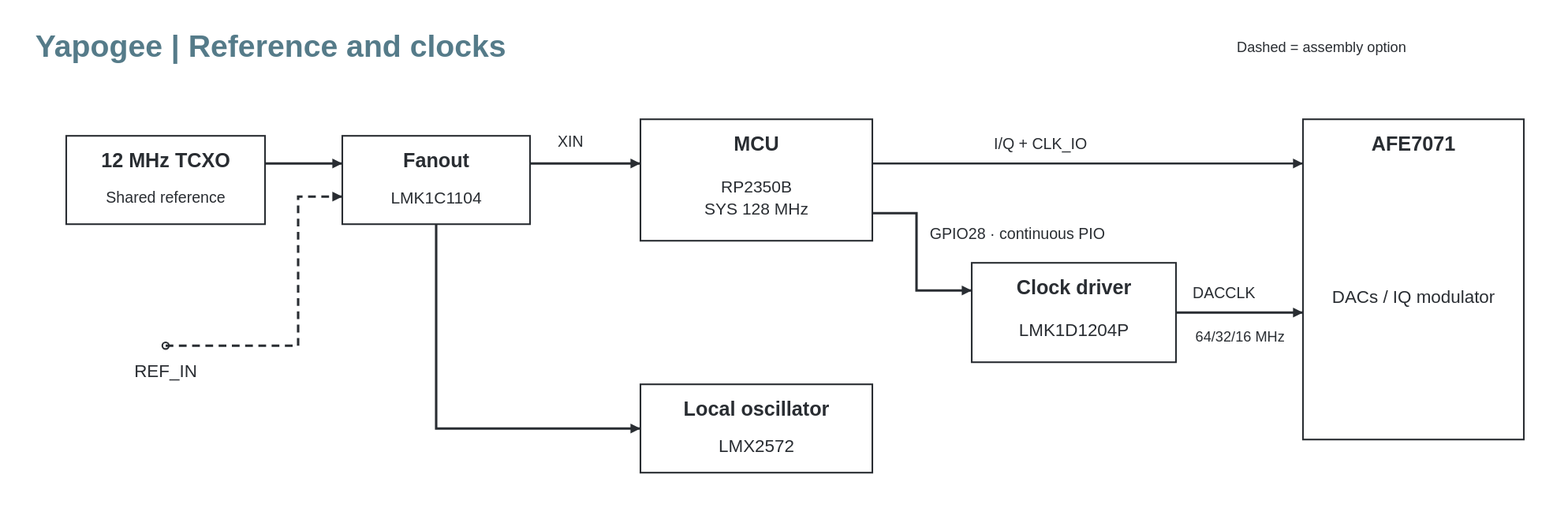
Rivercraft911/yapogee keeps this draw.io diagram as hardware/devboard/architecture/reference-clocks.svg. Above is the earlier version. Source tidied: cells renumbered, new cells last; positions are measured from the earlier drawing's top-left corner, leaving out a move shared by most shapes. Source of this version:
```xml
<mxGraphModel>
  <root>
    <mxCell id="0" />
    <mxCell id="1" parent="0" />
    <mxCell id="2" value="Yapogee | Reference and clocks" style="text;html=0;whiteSpace=wrap;overflow=hidden;rounded=0;fillColor=none;strokeColor=none;fontFamily=Arial;fontSize=28;fontColor=#557b89;fontStyle=1;align=left;verticalAlign=middle;spacing=0;" parent="1" vertex="1">
      <mxGeometry width="1356" height="40" as="geometry" />
    </mxCell>
    <mxCell id="3" value="Dashed = assembly option" style="text;html=0;whiteSpace=wrap;overflow=hidden;rounded=0;fillColor=none;strokeColor=none;fontFamily=Arial;fontSize=13;fontColor=#292d32;fontStyle=0;align=right;verticalAlign=middle;spacing=0;" parent="1" vertex="1">
      <mxGeometry x="1088" y="9" width="268" height="24" as="geometry" />
    </mxCell>
    <mxCell id="4" style="group;html=0;" parent="1" vertex="1">
      <mxGeometry x="28" y="101" width="180" height="80" as="geometry" />
    </mxCell>
    <mxCell id="5" style="rounded=0;html=0;fillColor=white;strokeColor=#292d32;strokeWidth=1.5;dashed=0;" parent="4" vertex="1">
      <mxGeometry width="180" height="80" as="geometry" />
    </mxCell>
    <mxCell id="6" value="12 MHz TCXO" style="text;html=0;whiteSpace=wrap;overflow=hidden;rounded=0;fillColor=none;strokeColor=none;fontFamily=Arial;fontSize=18;fontColor=#292d32;fontStyle=1;align=center;verticalAlign=middle;spacing=0;" parent="4" vertex="1">
      <mxGeometry x="10" y="10" width="160" height="25" as="geometry" />
    </mxCell>
    <mxCell id="7" value="Shared reference" style="text;html=0;whiteSpace=wrap;overflow=hidden;rounded=0;fillColor=none;strokeColor=none;fontFamily=Arial;fontSize=14;fontColor=#292d32;fontStyle=0;align=center;verticalAlign=middle;spacing=0;" parent="4" vertex="1">
      <mxGeometry x="12" y="42" width="156" height="28" as="geometry" />
    </mxCell>
    <mxCell id="8" style="shape=ellipse;html=0;fillColor=white;strokeColor=#292d32;strokeWidth=1.5;" parent="1" vertex="1">
      <mxGeometry x="115" y="288" width="6" height="6" as="geometry" />
    </mxCell>
    <mxCell id="9" value="REF_IN" style="text;html=0;whiteSpace=wrap;overflow=hidden;rounded=0;fillColor=none;strokeColor=none;fontFamily=Arial;fontSize=16;fontColor=#292d32;fontStyle=0;align=center;verticalAlign=middle;spacing=0;" parent="1" vertex="1">
      <mxGeometry x="43" y="302" width="150" height="24" as="geometry" />
    </mxCell>
    <mxCell id="10" style="group;html=0;" parent="1" vertex="1">
      <mxGeometry x="278" y="101" width="170" height="80" as="geometry" />
    </mxCell>
    <mxCell id="11" style="rounded=0;html=0;fillColor=white;strokeColor=#292d32;strokeWidth=1.5;dashed=0;" parent="10" vertex="1">
      <mxGeometry width="170" height="80" as="geometry" />
    </mxCell>
    <mxCell id="12" value="Fanout" style="text;html=0;whiteSpace=wrap;overflow=hidden;rounded=0;fillColor=none;strokeColor=none;fontFamily=Arial;fontSize=18;fontColor=#292d32;fontStyle=1;align=center;verticalAlign=middle;spacing=0;" parent="10" vertex="1">
      <mxGeometry x="10" y="10" width="150" height="25" as="geometry" />
    </mxCell>
    <mxCell id="13" value="LMK1C1104" style="text;html=0;whiteSpace=wrap;overflow=hidden;rounded=0;fillColor=none;strokeColor=none;fontFamily=Arial;fontSize=15;fontColor=#292d32;fontStyle=0;align=center;verticalAlign=middle;spacing=0;" parent="10" vertex="1">
      <mxGeometry x="12" y="42" width="146" height="28" as="geometry" />
    </mxCell>
    <mxCell id="14" style="edgeStyle=none;jettySize=0;rounded=0;html=0;strokeColor=#292d32;strokeWidth=2.2;endArrow=block;endSize=9;endFill=1;startArrow=none;dashed=0;exitX=1;exitY=0.3125;exitPerimeter=0;entryX=0;entryY=0.3125;entryPerimeter=0;" parent="1" edge="1" source="4" target="10">
      <mxGeometry relative="1" as="geometry" />
    </mxCell>
    <mxCell id="15" style="edgeStyle=none;jettySize=0;rounded=0;html=0;strokeColor=#292d32;strokeWidth=2.2;endArrow=block;endSize=9;endFill=1;startArrow=none;dashed=1;exitX=0.5;exitY=0.5;exitPerimeter=0;entryX=0;entryY=0.6875;entryPerimeter=0;" parent="1" edge="1" source="8" target="10">
      <mxGeometry relative="1" as="geometry">
        <Array as="points">
          <mxPoint x="238" y="291" />
          <mxPoint x="238" y="156" />
        </Array>
      </mxGeometry>
    </mxCell>
    <mxCell id="16" style="group;html=0;" parent="1" vertex="1">
      <mxGeometry x="548" y="86" width="210" height="110" as="geometry" />
    </mxCell>
    <mxCell id="17" style="rounded=0;html=0;fillColor=white;strokeColor=#292d32;strokeWidth=1.5;dashed=0;" parent="16" vertex="1">
      <mxGeometry width="210" height="110" as="geometry" />
    </mxCell>
    <mxCell id="18" value="MCU" style="text;html=0;whiteSpace=wrap;overflow=hidden;rounded=0;fillColor=none;strokeColor=none;fontFamily=Arial;fontSize=18;fontColor=#292d32;fontStyle=1;align=center;verticalAlign=middle;spacing=0;" parent="16" vertex="1">
      <mxGeometry x="10" y="10" width="190" height="25" as="geometry" />
    </mxCell>
    <mxCell id="19" value="RP2350B&#10;SYS 128 MHz" style="text;html=0;whiteSpace=wrap;overflow=hidden;rounded=0;fillColor=none;strokeColor=none;fontFamily=Arial;fontSize=15;fontColor=#292d32;fontStyle=0;align=center;verticalAlign=middle;spacing=0;" parent="16" vertex="1">
      <mxGeometry x="12" y="42" width="186" height="58" as="geometry" />
    </mxCell>
    <mxCell id="20" style="group;html=0;" parent="1" vertex="1">
      <mxGeometry x="548" y="326" width="210" height="80" as="geometry" />
    </mxCell>
    <mxCell id="21" style="rounded=0;html=0;fillColor=white;strokeColor=#292d32;strokeWidth=1.5;dashed=0;" parent="20" vertex="1">
      <mxGeometry width="210" height="80" as="geometry" />
    </mxCell>
    <mxCell id="22" value="Local oscillator" style="text;html=0;whiteSpace=wrap;overflow=hidden;rounded=0;fillColor=none;strokeColor=none;fontFamily=Arial;fontSize=18;fontColor=#292d32;fontStyle=1;align=center;verticalAlign=middle;spacing=0;" parent="20" vertex="1">
      <mxGeometry x="10" y="10" width="190" height="25" as="geometry" />
    </mxCell>
    <mxCell id="23" value="LMX2572" style="text;html=0;whiteSpace=wrap;overflow=hidden;rounded=0;fillColor=none;strokeColor=none;fontFamily=Arial;fontSize=16;fontColor=#292d32;fontStyle=0;align=center;verticalAlign=middle;spacing=0;" parent="20" vertex="1">
      <mxGeometry x="12" y="42" width="186" height="28" as="geometry" />
    </mxCell>
    <mxCell id="24" style="edgeStyle=none;jettySize=0;rounded=0;html=0;strokeColor=#292d32;strokeWidth=2.2;endArrow=block;endSize=9;endFill=1;startArrow=none;dashed=0;exitX=1;exitY=0.3125;exitPerimeter=0;entryX=0;entryY=0.3636;entryPerimeter=0;" parent="1" edge="1" source="10" target="16">
      <mxGeometry relative="1" as="geometry" />
    </mxCell>
    <mxCell id="25" value="XIN" style="text;html=0;whiteSpace=wrap;overflow=hidden;rounded=0;fillColor=none;strokeColor=none;fontFamily=Arial;fontSize=14;fontColor=#292d32;fontStyle=0;align=left;verticalAlign=middle;spacing=0;" parent="1" vertex="1">
      <mxGeometry x="473" y="94" width="60" height="24" as="geometry" />
    </mxCell>
    <mxCell id="26" style="edgeStyle=none;jettySize=0;rounded=0;html=0;strokeColor=#292d32;strokeWidth=2.2;endArrow=block;endSize=9;endFill=1;startArrow=none;dashed=0;exitX=0.5;exitY=1;exitPerimeter=0;entryX=0;entryY=0.5;entryPerimeter=0;" parent="1" edge="1" source="10" target="20">
      <mxGeometry relative="1" as="geometry">
        <Array as="points">
          <mxPoint x="363" y="366" />
        </Array>
      </mxGeometry>
    </mxCell>
    <mxCell id="27" style="group;html=0;" parent="1" vertex="1">
      <mxGeometry x="848" y="216" width="185" height="90" as="geometry" />
    </mxCell>
    <mxCell id="28" style="rounded=0;html=0;fillColor=white;strokeColor=#292d32;strokeWidth=1.5;dashed=0;" parent="27" vertex="1">
      <mxGeometry width="185" height="90" as="geometry" />
    </mxCell>
    <mxCell id="29" value="Clock driver" style="text;html=0;whiteSpace=wrap;overflow=hidden;rounded=0;fillColor=none;strokeColor=none;fontFamily=Arial;fontSize=18;fontColor=#292d32;fontStyle=1;align=center;verticalAlign=middle;spacing=0;" parent="27" vertex="1">
      <mxGeometry x="10" y="10" width="165" height="25" as="geometry" />
    </mxCell>
    <mxCell id="30" value="LMK1D1204P" style="text;html=0;whiteSpace=wrap;overflow=hidden;rounded=0;fillColor=none;strokeColor=none;fontFamily=Arial;fontSize=16;fontColor=#292d32;fontStyle=0;align=center;verticalAlign=middle;spacing=0;" parent="27" vertex="1">
      <mxGeometry x="12" y="42" width="161" height="38" as="geometry" />
    </mxCell>
    <mxCell id="31" style="group;html=0;" parent="1" vertex="1">
      <mxGeometry x="1148" y="86" width="200" height="290" as="geometry" />
    </mxCell>
    <mxCell id="32" style="rounded=0;html=0;fillColor=white;strokeColor=#292d32;strokeWidth=1.5;dashed=0;" parent="31" vertex="1">
      <mxGeometry width="200" height="290" as="geometry" />
    </mxCell>
    <mxCell id="33" value="AFE7071" style="text;html=0;whiteSpace=wrap;overflow=hidden;rounded=0;fillColor=none;strokeColor=none;fontFamily=Arial;fontSize=18;fontColor=#292d32;fontStyle=1;align=center;verticalAlign=middle;spacing=0;" parent="31" vertex="1">
      <mxGeometry x="10" y="10" width="180" height="25" as="geometry" />
    </mxCell>
    <mxCell id="34" value="DACs / IQ modulator" style="text;html=0;whiteSpace=wrap;overflow=hidden;rounded=0;fillColor=none;strokeColor=none;fontFamily=Arial;fontSize=16;fontColor=#292d32;fontStyle=0;align=center;verticalAlign=middle;spacing=0;" parent="31" vertex="1">
      <mxGeometry x="12" y="42" width="176" height="238" as="geometry" />
    </mxCell>
    <mxCell id="35" style="edgeStyle=none;jettySize=0;rounded=0;html=0;strokeColor=#292d32;strokeWidth=2.2;endArrow=block;endSize=9;endFill=1;startArrow=none;dashed=0;exitX=1;exitY=0.7727;exitPerimeter=0;entryX=0;entryY=0.2778;entryPerimeter=0;" parent="1" edge="1" source="16" target="27">
      <mxGeometry relative="1" as="geometry">
        <Array as="points">
          <mxPoint x="798" y="171" />
          <mxPoint x="798" y="241" />
        </Array>
      </mxGeometry>
    </mxCell>
    <mxCell id="36" value="GPIO28 · continuous PIO" style="text;html=0;whiteSpace=wrap;overflow=hidden;rounded=0;fillColor=none;strokeColor=none;fontFamily=Arial;fontSize=14;fontColor=#292d32;fontStyle=0;align=left;verticalAlign=middle;spacing=0;" parent="1" vertex="1">
      <mxGeometry x="810" y="177" width="225" height="25" as="geometry" />
    </mxCell>
    <mxCell id="37" style="edgeStyle=none;jettySize=0;rounded=0;html=0;strokeColor=#292d32;strokeWidth=2.2;endArrow=block;endSize=9;endFill=1;startArrow=none;dashed=0;exitX=1;exitY=0.5;exitPerimeter=0;entryX=0;entryY=0.6034;entryPerimeter=0;" parent="1" edge="1" source="27" target="31">
      <mxGeometry relative="1" as="geometry" />
    </mxCell>
    <mxCell id="38" value="DACCLK" style="text;html=0;whiteSpace=wrap;overflow=hidden;rounded=0;fillColor=none;strokeColor=none;fontFamily=Arial;fontSize=14;fontColor=#292d32;fontStyle=0;align=left;verticalAlign=middle;spacing=0;" parent="1" vertex="1">
      <mxGeometry x="1048" y="231" width="90" height="24" as="geometry" />
    </mxCell>
    <mxCell id="39" value="64/32/16 MHz" style="text;html=0;whiteSpace=wrap;overflow=hidden;rounded=0;fillColor=none;strokeColor=none;fontFamily=Arial;fontSize=13;fontColor=#292d32;fontStyle=0;align=center;verticalAlign=middle;spacing=0;" parent="1" vertex="1">
      <mxGeometry x="1036" y="271" width="110" height="24" as="geometry" />
    </mxCell>
    <mxCell id="40" style="edgeStyle=none;jettySize=0;rounded=0;html=0;strokeColor=#292d32;strokeWidth=1.8;endArrow=block;endSize=9;endFill=1;startArrow=none;dashed=0;exitX=1;exitY=0.3636;exitPerimeter=0;entryX=0;entryY=0.1379;entryPerimeter=0;" parent="1" edge="1" source="16" target="31">
      <mxGeometry relative="1" as="geometry" />
    </mxCell>
    <mxCell id="41" value="I/Q + CLK_IO" style="text;html=0;whiteSpace=wrap;overflow=hidden;rounded=0;fillColor=none;strokeColor=none;fontFamily=Arial;fontSize=14;fontColor=#292d32;fontStyle=0;align=left;verticalAlign=middle;spacing=0;" parent="1" vertex="1">
      <mxGeometry x="868" y="96" width="200" height="24" as="geometry" />
    </mxCell>
  </root>
</mxGraphModel>
```
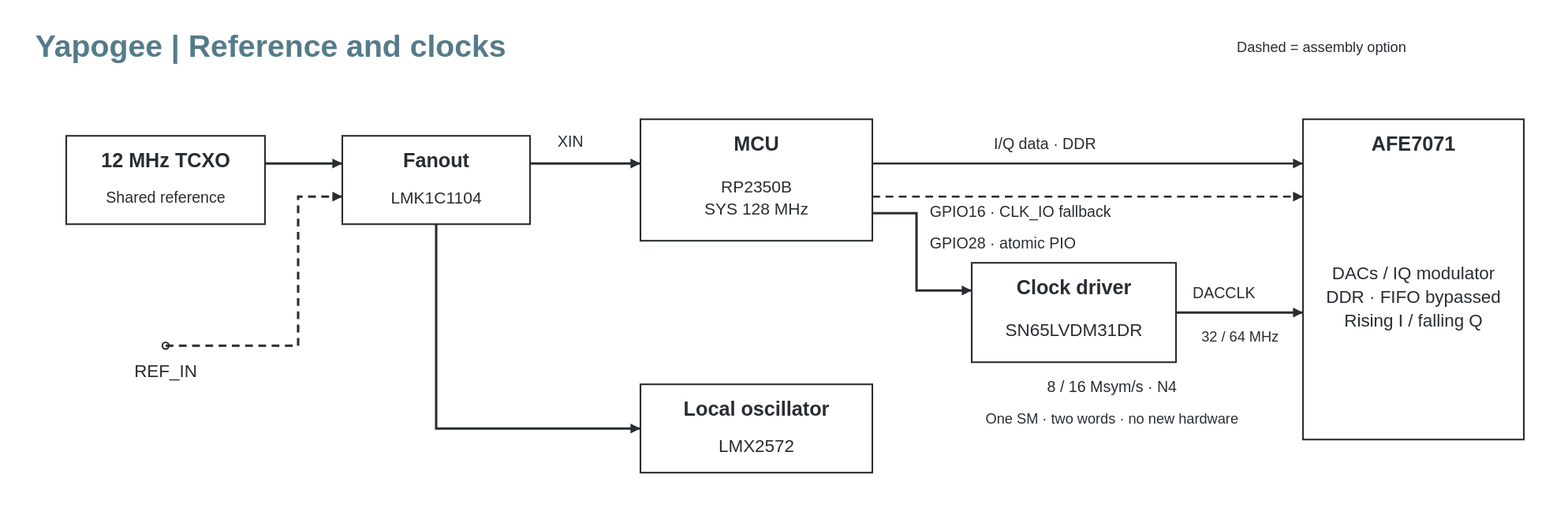
After the commit.

The edit, as a diff of the source:
```diff
@@ -95,7 +95,7 @@
     <mxCell id="29" value="Clock driver" style="text;html=0;whiteSpace=wrap;overflow=hidden;rounded=0;fillColor=none;strokeColor=none;fontFamily=Arial;fontSize=18;fontColor=#292d32;fontStyle=1;align=center;verticalAlign=middle;spacing=0;" parent="27" vertex="1">
       <mxGeometry x="10" y="10" width="165" height="25" as="geometry" />
     </mxCell>
-    <mxCell id="30" value="LMK1D1204P" style="text;html=0;whiteSpace=wrap;overflow=hidden;rounded=0;fillColor=none;strokeColor=none;fontFamily=Arial;fontSize=16;fontColor=#292d32;fontStyle=0;align=center;verticalAlign=middle;spacing=0;" parent="27" vertex="1">
+    <mxCell id="30" value="SN65LVDM31DR" style="text;html=0;whiteSpace=wrap;overflow=hidden;rounded=0;fillColor=none;strokeColor=none;fontFamily=Arial;fontSize=16;fontColor=#292d32;fontStyle=0;align=center;verticalAlign=middle;spacing=0;" parent="27" vertex="1">
       <mxGeometry x="12" y="42" width="161" height="38" as="geometry" />
     </mxCell>
     <mxCell id="31" style="group;html=0;" parent="1" vertex="1">
@@ -107,7 +107,7 @@
     <mxCell id="33" value="AFE7071" style="text;html=0;whiteSpace=wrap;overflow=hidden;rounded=0;fillColor=none;strokeColor=none;fontFamily=Arial;fontSize=18;fontColor=#292d32;fontStyle=1;align=center;verticalAlign=middle;spacing=0;" parent="31" vertex="1">
       <mxGeometry x="10" y="10" width="180" height="25" as="geometry" />
     </mxCell>
-    <mxCell id="34" value="DACs / IQ modulator" style="text;html=0;whiteSpace=wrap;overflow=hidden;rounded=0;fillColor=none;strokeColor=none;fontFamily=Arial;fontSize=16;fontColor=#292d32;fontStyle=0;align=center;verticalAlign=middle;spacing=0;" parent="31" vertex="1">
+    <mxCell id="34" value="DACs / IQ modulator&#10;DDR · FIFO bypassed&#10;Rising I / falling Q" style="text;html=0;whiteSpace=wrap;overflow=hidden;rounded=0;fillColor=none;strokeColor=none;fontFamily=Arial;fontSize=16;fontColor=#292d32;fontStyle=0;align=center;verticalAlign=middle;spacing=0;" parent="31" vertex="1">
       <mxGeometry x="12" y="42" width="176" height="238" as="geometry" />
     </mxCell>
     <mxCell id="35" style="edgeStyle=none;jettySize=0;rounded=0;html=0;strokeColor=#292d32;strokeWidth=2.2;endArrow=block;endSize=9;endFill=1;startArrow=none;dashed=0;exitX=1;exitY=0.7727;exitPerimeter=0;entryX=0;entryY=0.2778;entryPerimeter=0;" parent="1" edge="1" source="16" target="27">
@@ -118,8 +118,8 @@
         </Array>
       </mxGeometry>
     </mxCell>
-    <mxCell id="36" value="GPIO28 · continuous PIO" style="text;html=0;whiteSpace=wrap;overflow=hidden;rounded=0;fillColor=none;strokeColor=none;fontFamily=Arial;fontSize=14;fontColor=#292d32;fontStyle=0;align=left;verticalAlign=middle;spacing=0;" parent="1" vertex="1">
-      <mxGeometry x="810" y="177" width="225" height="25" as="geometry" />
+    <mxCell id="36" value="GPIO28 · atomic PIO" style="text;html=0;whiteSpace=wrap;overflow=hidden;rounded=0;fillColor=none;strokeColor=none;fontFamily=Arial;fontSize=14;fontColor=#292d32;fontStyle=0;align=left;verticalAlign=middle;spacing=0;" parent="1" vertex="1">
+      <mxGeometry x="810" y="186" width="225" height="25" as="geometry" />
     </mxCell>
     <mxCell id="37" style="edgeStyle=none;jettySize=0;rounded=0;html=0;strokeColor=#292d32;strokeWidth=2.2;endArrow=block;endSize=9;endFill=1;startArrow=none;dashed=0;exitX=1;exitY=0.5;exitPerimeter=0;entryX=0;entryY=0.6034;entryPerimeter=0;" parent="1" edge="1" source="27" target="31">
       <mxGeometry relative="1" as="geometry" />
@@ -127,14 +127,26 @@
     <mxCell id="38" value="DACCLK" style="text;html=0;whiteSpace=wrap;overflow=hidden;rounded=0;fillColor=none;strokeColor=none;fontFamily=Arial;fontSize=14;fontColor=#292d32;fontStyle=0;align=left;verticalAlign=middle;spacing=0;" parent="1" vertex="1">
       <mxGeometry x="1048" y="231" width="90" height="24" as="geometry" />
     </mxCell>
-    <mxCell id="39" value="64/32/16 MHz" style="text;html=0;whiteSpace=wrap;overflow=hidden;rounded=0;fillColor=none;strokeColor=none;fontFamily=Arial;fontSize=13;fontColor=#292d32;fontStyle=0;align=center;verticalAlign=middle;spacing=0;" parent="1" vertex="1">
+    <mxCell id="39" value="32 / 64 MHz" style="text;html=0;whiteSpace=wrap;overflow=hidden;rounded=0;fillColor=none;strokeColor=none;fontFamily=Arial;fontSize=13;fontColor=#292d32;fontStyle=0;align=center;verticalAlign=middle;spacing=0;" parent="1" vertex="1">
       <mxGeometry x="1036" y="271" width="110" height="24" as="geometry" />
     </mxCell>
-    <mxCell id="40" style="edgeStyle=none;jettySize=0;rounded=0;html=0;strokeColor=#292d32;strokeWidth=1.8;endArrow=block;endSize=9;endFill=1;startArrow=none;dashed=0;exitX=1;exitY=0.3636;exitPerimeter=0;entryX=0;entryY=0.1379;entryPerimeter=0;" parent="1" edge="1" source="16" target="31">
-      <mxGeometry relative="1" as="geometry" />
+    <mxCell id="40" value="8 / 16 Msym/s · N4" style="text;html=0;whiteSpace=wrap;overflow=hidden;rounded=0;fillColor=none;strokeColor=none;fontFamily=Arial;fontSize=14;fontColor=#292d32;fontStyle=0;align=center;verticalAlign=middle;spacing=0;" parent="1" vertex="1">
+      <mxGeometry x="810" y="316" width="330" height="24" as="geometry" />
     </mxCell>
-    <mxCell id="41" value="I/Q + CLK_IO" style="text;html=0;whiteSpace=wrap;overflow=hidden;rounded=0;fillColor=none;strokeColor=none;fontFamily=Arial;fontSize=14;fontColor=#292d32;fontStyle=0;align=left;verticalAlign=middle;spacing=0;" parent="1" vertex="1">
-      <mxGeometry x="868" y="96" width="200" height="24" as="geometry" />
+    <mxCell id="41" value="One SM · two words · no new hardware" style="text;html=0;whiteSpace=wrap;overflow=hidden;rounded=0;fillColor=none;strokeColor=none;fontFamily=Arial;fontSize=13;fontColor=#292d32;fontStyle=0;align=center;verticalAlign=middle;spacing=0;" parent="1" vertex="1">
+      <mxGeometry x="810" y="345" width="330" height="24" as="geometry" />
     </mxCell>
+    <mxCell id="42" style="edgeStyle=none;jettySize=0;rounded=0;html=0;strokeColor=#292d32;strokeWidth=1.8;endArrow=block;endSize=9;endFill=1;startArrow=none;dashed=0;exitX=1;exitY=0.3636;exitPerimeter=0;entryX=0;entryY=0.1379;entryPerimeter=0;" parent="1" edge="1" source="16" target="31">
+      <mxGeometry relative="1" as="geometry" />
+    </mxCell>
+    <mxCell id="43" value="I/Q data · DDR" style="text;html=0;whiteSpace=wrap;overflow=hidden;rounded=0;fillColor=none;strokeColor=none;fontFamily=Arial;fontSize=14;fontColor=#292d32;fontStyle=0;align=left;verticalAlign=middle;spacing=0;" parent="1" vertex="1">
+      <mxGeometry x="868" y="96" width="200" height="24" as="geometry" />
+    </mxCell>
+    <mxCell id="44" style="edgeStyle=none;jettySize=0;rounded=0;html=0;strokeColor=#292d32;strokeWidth=1.8;endArrow=block;endSize=9;endFill=1;startArrow=none;dashed=1;exitX=1;exitY=0.6364;exitPerimeter=0;entryX=0;entryY=0.2414;entryPerimeter=0;" parent="1" edge="1" source="16" target="31">
+      <mxGeometry relative="1" as="geometry" />
+    </mxCell>
+    <mxCell id="45" value="GPIO16 · CLK_IO fallback" style="text;html=0;whiteSpace=wrap;overflow=hidden;rounded=0;fillColor=none;strokeColor=none;fontFamily=Arial;fontSize=14;fontColor=#292d32;fontStyle=0;align=left;verticalAlign=middle;spacing=0;" parent="1" vertex="1">
+      <mxGeometry x="810" y="158" width="330" height="24" as="geometry" />
+    </mxCell>
   </root>
 </mxGraphModel>
```
